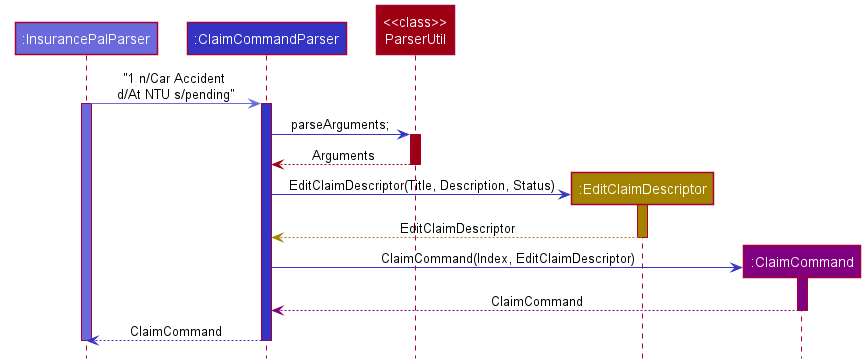
Before: docs/images/ClaimCommandParserSequenceDiagram.png, a diagram exported from PlantUML (nus-cs2103-AY2122S1/tp). Its diagram source:
```plantuml
@startuml
!include style.puml

Participant ":InsurancePalParser" as addressBookParser LOGIC_COLOR_T2
Participant ":ClaimCommandParser" as claimCommandParser LOGIC_COLOR
Participant "<<class>>\nParserUtil" as util MODEL_COLOR
Participant ":EditClaimDescriptor" as descriptor STORAGE_COLOR
Participant ":ClaimCommand" as command #purple

addressBookParser -[LOGIC_COLOR_T2]> claimCommandParser :"1 n/Car Accident \nd/At NTU s/pending"
activate addressBookParser LOGIC_COLOR_T2
activate claimCommandParser LOGIC_COLOR

claimCommandParser -[LOGIC_COLOR]> util :parseArguments;
activate util MODEL_COLOR

util -[MODEL_COLOR]-> claimCommandParser :Arguments
deactivate util

create descriptor
claimCommandParser -[LOGIC_COLOR]> descriptor :EditClaimDescriptor(Title, Description, Status)
activate descriptor STORAGE_COLOR

descriptor -[STORAGE_COLOR]-> claimCommandParser :EditClaimDescriptor
deactivate descriptor

create command
claimCommandParser -[LOGIC_COLOR]> command :ClaimCommand(Index, EditClaimDescriptor)
activate command #purple

command -[#purple]-> claimCommandParser :ClaimCommand
deactivate command

claimCommandParser -[LOGIC_COLOR]-> addressBookParser :ClaimCommand
deactivate claimCommandParser

deactivate addressBookParser
@enduml
```
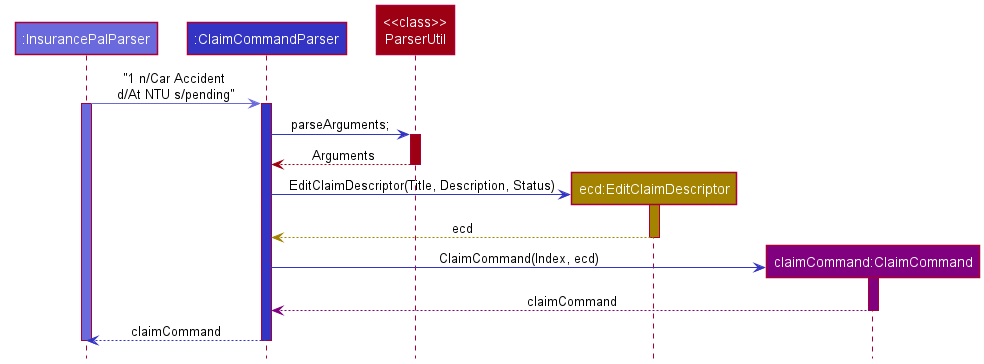
The same file after the commit.

Commit message:
Update DG claims diagram to be more accurate

Diff of the diagram source:
```diff
@@ -4,8 +4,8 @@
 Participant ":InsurancePalParser" as addressBookParser LOGIC_COLOR_T2
 Participant ":ClaimCommandParser" as claimCommandParser LOGIC_COLOR
 Participant "<<class>>\nParserUtil" as util MODEL_COLOR
-Participant ":EditClaimDescriptor" as descriptor STORAGE_COLOR
-Participant ":ClaimCommand" as command #purple
+Participant "ecd:EditClaimDescriptor" as descriptor STORAGE_COLOR
+Participant "claimCommand:ClaimCommand" as command #purple
 
 addressBookParser -[LOGIC_COLOR_T2]> claimCommandParser :"1 n/Car Accident \nd/At NTU s/pending"
 activate addressBookParser LOGIC_COLOR_T2
@@ -21,17 +21,17 @@
 claimCommandParser -[LOGIC_COLOR]> descriptor :EditClaimDescriptor(Title, Description, Status)
 activate descriptor STORAGE_COLOR
 
-descriptor -[STORAGE_COLOR]-> claimCommandParser :EditClaimDescriptor
+descriptor -[STORAGE_COLOR]-> claimCommandParser :ecd
 deactivate descriptor
 
 create command
-claimCommandParser -[LOGIC_COLOR]> command :ClaimCommand(Index, EditClaimDescriptor)
+claimCommandParser -[LOGIC_COLOR]> command :ClaimCommand(Index, ecd)
 activate command #purple
 
-command -[#purple]-> claimCommandParser :ClaimCommand
+command -[#purple]-> claimCommandParser :claimCommand
 deactivate command
 
-claimCommandParser -[LOGIC_COLOR]-> addressBookParser :ClaimCommand
+claimCommandParser -[LOGIC_COLOR]-> addressBookParser :claimCommand
 deactivate claimCommandParser
 
 deactivate addressBookParser
```
